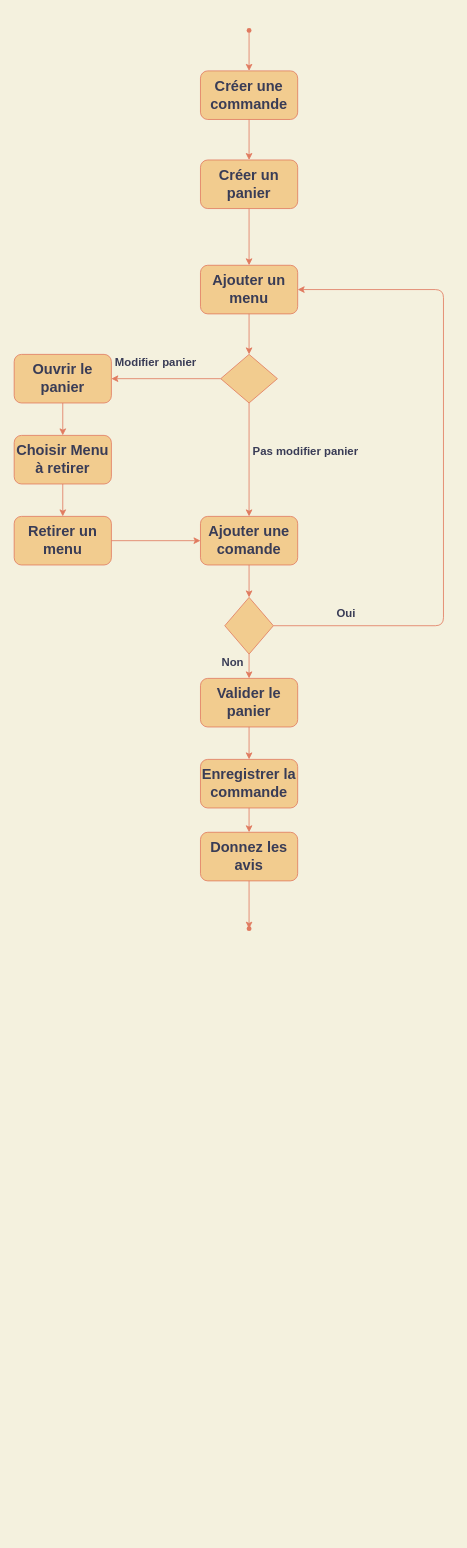
Above: diagramme_activite_commande.drawio in TheAIWizard/Ensaeats (draw.io), before the change. Source tidied: cells renumbered, new cells numbered last; positions are measured from the earlier drawing's top-left corner, leaving out a move shared by most shapes. Both pictures are drawn from the tidied source at 81%, with x=0, y=0 at pixel (14, 14).
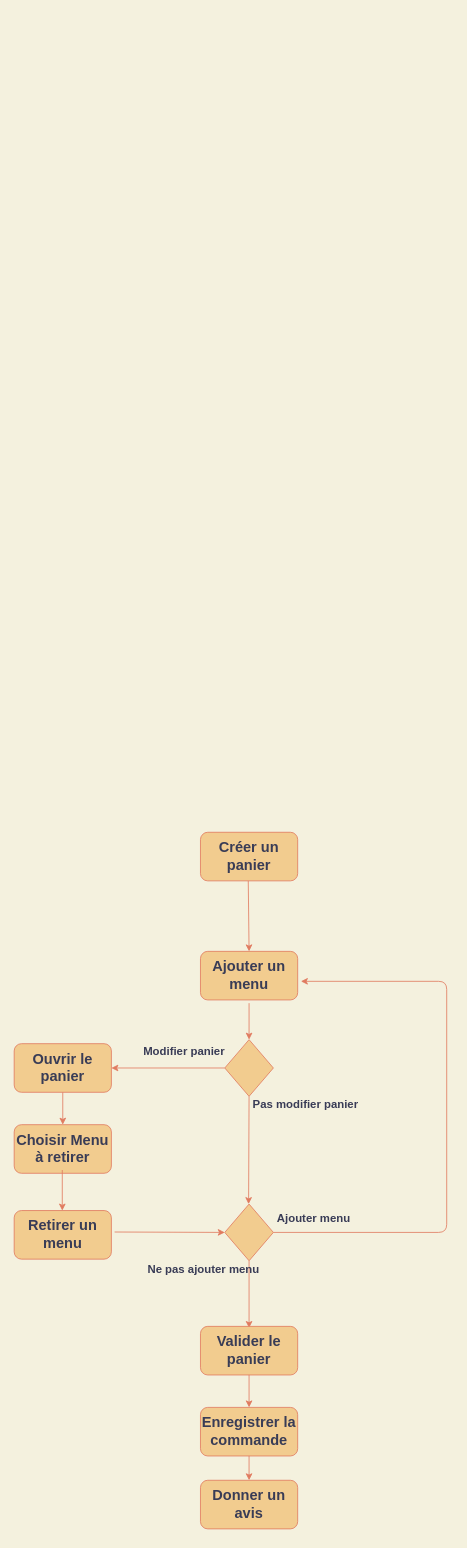
After the change.

Commit message (it also covers changes not shown here):
Modification diagramme architechture

Diff of the diagram source:
```diff
@@
-    <mxCell id="2" style="shape=waypoint;sketch=0;fillStyle=solid;size=6;points=[];fillColor=none;perimeter=centerPerimeter;snapToPoint=1;rounded=0;fontColor=#393C56;strokeColor=#E07A5F;" parent="1" vertex="1">
-      <mxGeometry x="270" width="40" height="40" as="geometry" />
-    </mxCell>
-    <mxCell id="3" value="&lt;h2&gt;Ajouter une comande&lt;/h2&gt;" style="rounded=1;whiteSpace=wrap;html=1;sketch=0;fontColor=#393C56;strokeColor=#E07A5F;fillColor=#F2CC8F;" parent="1" vertex="1">
-      <mxGeometry x="230" y="620" width="120" height="60" as="geometry" />
-    </mxCell>
-    <mxCell id="4" value="&lt;h2&gt;Choisir Menu à retirer&lt;/h2&gt;" style="rounded=1;whiteSpace=wrap;html=1;sketch=0;fontColor=#393C56;strokeColor=#E07A5F;fillColor=#F2CC8F;" parent="1" vertex="1">
-      <mxGeometry y="520" width="120" height="60" as="geometry" />
-    </mxCell>
-    <mxCell id="5" value="&lt;h2&gt;Enregistrer la commande&lt;/h2&gt;" style="rounded=1;whiteSpace=wrap;html=1;sketch=0;fontColor=#393C56;strokeColor=#E07A5F;fillColor=#F2CC8F;" parent="1" vertex="1">
-      <mxGeometry x="230" y="920" width="120" height="60" as="geometry" />
-    </mxCell>
-    <mxCell id="6" value="&lt;h2&gt;Retirer un menu&lt;/h2&gt;" style="rounded=1;whiteSpace=wrap;html=1;sketch=0;fontColor=#393C56;strokeColor=#E07A5F;fillColor=#F2CC8F;" parent="1" vertex="1">
-      <mxGeometry y="620" width="120" height="60" as="geometry" />
-    </mxCell>
-    <mxCell id="7" value="&lt;h2&gt;Valider le panier&lt;/h2&gt;" style="rounded=1;whiteSpace=wrap;html=1;sketch=0;fontColor=#393C56;strokeColor=#E07A5F;fillColor=#F2CC8F;" parent="1" vertex="1">
-      <mxGeometry x="230" y="820" width="120" height="60" as="geometry" />
-    </mxCell>
     <mxCell id="8" value="&lt;h2&gt;Ajouter un menu&lt;/h2&gt;" style="rounded=1;whiteSpace=wrap;html=1;sketch=0;fontColor=#393C56;strokeColor=#E07A5F;fillColor=#F2CC8F;" parent="1" vertex="1">
-      <mxGeometry x="230" y="310" width="120" height="60" as="geometry" />
+      <mxGeometry x="230" y="1157" width="120" height="60" as="geometry" />
     </mxCell>
     <mxCell id="9" value="&lt;h2&gt;Ouvrir le panier&lt;/h2&gt;" style="rounded=1;whiteSpace=wrap;html=1;sketch=0;fontColor=#393C56;strokeColor=#E07A5F;fillColor=#F2CC8F;" parent="1" vertex="1">
-      <mxGeometry y="420" width="120" height="60" as="geometry" />
+      <mxGeometry y="1271" width="120" height="60" as="geometry" />
     </mxCell>
+    <mxCell id="35" style="endArrow=classic;html=1;fontColor=#393C56;strokeColor=#E07A5F;fillColor=#F2CC8F;exitX=0;exitY=0.5;exitDx=0;exitDy=0;entryX=1;entryY=0.5;entryDx=0;entryDy=0;labelBackgroundColor=#F4F1DE;exitPerimeter=0;" parent="1" edge="1" source="43" target="9">
+      <mxGeometry relative="1" as="geometry" />
+    </mxCell>
+    <mxCell id="17" value="&lt;h3&gt;Modifier panier&lt;/h3&gt;" style="text;html=1;align=center;verticalAlign=middle;whiteSpace=wrap;rounded=0;sketch=0;fontColor=#393C56;" parent="1" vertex="1">
+      <mxGeometry x="155" y="1271" width="110" height="20" as="geometry" />
+    </mxCell>
+    <mxCell id="36" style="endArrow=classic;html=1;fontColor=#393C56;strokeColor=#E07A5F;fillColor=#F2CC8F;exitX=0.5;exitY=1;exitDx=0;exitDy=0;entryX=0.5;entryY=0;entryDx=0;entryDy=0;labelBackgroundColor=#F4F1DE;" parent="1" edge="1" target="43">
+      <mxGeometry relative="1" as="geometry">
+        <mxPoint x="290" y="1221" as="sourcePoint" />
+      </mxGeometry>
+    </mxCell>
+    <mxCell id="4" value="&lt;h2&gt;Choisir Menu à retirer&lt;/h2&gt;" style="rounded=1;whiteSpace=wrap;html=1;sketch=0;fontColor=#393C56;strokeColor=#E07A5F;fillColor=#F2CC8F;" parent="1" vertex="1">
+      <mxGeometry y="1371" width="120" height="60" as="geometry" />
+    </mxCell>
+    <mxCell id="6" value="&lt;h2&gt;Retirer un menu&lt;/h2&gt;" style="rounded=1;whiteSpace=wrap;html=1;sketch=0;fontColor=#393C56;strokeColor=#E07A5F;fillColor=#F2CC8F;" parent="1" vertex="1">
+      <mxGeometry y="1477" width="120" height="60" as="geometry" />
+    </mxCell>
+    <mxCell id="37" style="endArrow=classic;html=1;fontColor=#393C56;strokeColor=#E07A5F;fillColor=#F2CC8F;exitX=0.5;exitY=1;exitDx=0;exitDy=0;entryX=0.5;entryY=0;entryDx=0;entryDy=0;labelBackgroundColor=#F4F1DE;" parent="1" edge="1" target="4">
+      <mxGeometry relative="1" as="geometry">
+        <mxPoint x="60" y="1331" as="sourcePoint" />
+      </mxGeometry>
+    </mxCell>
+    <mxCell id="38" style="endArrow=classic;html=1;fontColor=#393C56;strokeColor=#E07A5F;fillColor=#F2CC8F;exitX=0.5;exitY=1;exitDx=0;exitDy=0;entryX=0.5;entryY=0;entryDx=0;entryDy=0;labelBackgroundColor=#F4F1DE;" parent="1" edge="1">
+      <mxGeometry relative="1" as="geometry">
+        <mxPoint x="59.4" y="1427" as="sourcePoint" />
+        <mxPoint x="59.4" y="1477" as="targetPoint" />
+      </mxGeometry>
+    </mxCell>
+    <mxCell id="39" style="rhombus;whiteSpace=wrap;html=1;rounded=0;sketch=0;fontColor=#393C56;strokeColor=#E07A5F;fillColor=#F2CC8F;" parent="1" vertex="1">
+      <mxGeometry x="260" y="1469" width="60" height="70" as="geometry" />
+    </mxCell>
+    <mxCell id="40" style="edgeStyle=elbowEdgeStyle;elbow=horizontal;endArrow=classic;html=1;fontColor=#393C56;strokeColor=#E07A5F;fillColor=#F2CC8F;exitX=1;exitY=0.5;exitDx=0;exitDy=0;entryX=1;entryY=0.5;entryDx=0;entryDy=0;labelBackgroundColor=#F4F1DE;" parent="1" edge="1" source="39">
+      <mxGeometry relative="1" as="geometry">
+        <mxPoint x="354" y="1194" as="targetPoint" />
+        <Array as="points">
+          <mxPoint x="534" y="1574" />
+        </Array>
+      </mxGeometry>
+    </mxCell>
+    <mxCell id="41" style="endArrow=classic;html=1;fontColor=#393C56;strokeColor=#E07A5F;fillColor=#F2CC8F;exitX=1;exitY=0.5;exitDx=0;exitDy=0;entryX=0;entryY=0.5;entryDx=0;entryDy=0;labelBackgroundColor=#F4F1DE;" parent="1" edge="1" target="39">
+      <mxGeometry relative="1" as="geometry">
+        <mxPoint x="124" y="1503.5" as="sourcePoint" />
+      </mxGeometry>
+    </mxCell>
+    <mxCell id="42" style="endArrow=classic;html=1;fontColor=#393C56;strokeColor=#E07A5F;fillColor=#F2CC8F;exitX=0.5;exitY=1;exitDx=0;exitDy=0;labelBackgroundColor=#F4F1DE;" parent="1" edge="1" source="39">
+      <mxGeometry relative="1" as="geometry">
+        <mxPoint x="290" y="1622" as="targetPoint" />
+      </mxGeometry>
+    </mxCell>
+    <mxCell id="43" style="rhombus;whiteSpace=wrap;html=1;rounded=0;sketch=0;fontColor=#393C56;strokeColor=#E07A5F;fillColor=#F2CC8F;" parent="1" vertex="1">
+      <mxGeometry x="260" y="1266" width="60" height="70" as="geometry" />
+    </mxCell>
+    <mxCell id="44" style="endArrow=classic;html=1;fontColor=#393C56;strokeColor=#E07A5F;fillColor=#F2CC8F;exitX=0.5;exitY=1;exitDx=0;exitDy=0;labelBackgroundColor=#F4F1DE;" parent="1" edge="1" source="43">
+      <mxGeometry relative="1" as="geometry">
+        <mxPoint x="289.4" y="1469" as="targetPoint" />
+      </mxGeometry>
+    </mxCell>
+    <mxCell id="45" value="&lt;h3&gt;Ajouter menu&lt;/h3&gt;" style="text;html=1;align=center;verticalAlign=middle;whiteSpace=wrap;rounded=0;sketch=0;fontColor=#393C56;" parent="1" vertex="1">
+      <mxGeometry x="300" y="1477" width="140" height="20" as="geometry" />
+    </mxCell>
+    <mxCell id="46" value="&lt;h3&gt;Ne pas ajouter menu&lt;/h3&gt;" style="text;html=1;align=center;verticalAlign=middle;whiteSpace=wrap;rounded=0;sketch=0;fontColor=#393C56;" parent="1" vertex="1">
+      <mxGeometry x="164" y="1539" width="140" height="20" as="geometry" />
+    </mxCell>
+    <mxCell id="18" value="&lt;h3&gt;Pas modifier panier&lt;/h3&gt;" style="text;html=1;align=center;verticalAlign=middle;whiteSpace=wrap;rounded=0;sketch=0;fontColor=#393C56;" parent="1" vertex="1">
+      <mxGeometry x="290" y="1336" width="140" height="20" as="geometry" />
+    </mxCell>
+    <mxCell id="5" value="&lt;h2&gt;Enregistrer la commande&lt;/h2&gt;" style="rounded=1;whiteSpace=wrap;html=1;sketch=0;fontColor=#393C56;strokeColor=#E07A5F;fillColor=#F2CC8F;" parent="1" vertex="1">
+      <mxGeometry x="230" y="1720" width="120" height="60" as="geometry" />
+    </mxCell>
+    <mxCell id="7" value="&lt;h2&gt;Valider le panier&lt;/h2&gt;" style="rounded=1;whiteSpace=wrap;html=1;sketch=0;fontColor=#393C56;strokeColor=#E07A5F;fillColor=#F2CC8F;" parent="1" vertex="1">
+      <mxGeometry x="230" y="1620" width="120" height="60" as="geometry" />
+    </mxCell>
+    <mxCell id="47" value="&lt;h2&gt;Donner un avis&lt;/h2&gt;" style="rounded=1;whiteSpace=wrap;html=1;sketch=0;fontColor=#393C56;strokeColor=#E07A5F;fillColor=#F2CC8F;" parent="1" vertex="1">
+      <mxGeometry x="230" y="1810" width="120" height="60" as="geometry" />
+    </mxCell>
+    <mxCell id="29" style="endArrow=classic;html=1;fontColor=#393C56;strokeColor=#E07A5F;fillColor=#F2CC8F;exitX=0.5;exitY=1;exitDx=0;exitDy=0;entryX=0.5;entryY=0;entryDx=0;entryDy=0;labelBackgroundColor=#F4F1DE;" parent="1" edge="1" source="7" target="5">
+      <mxGeometry relative="1" as="geometry" />
+    </mxCell>
+    <mxCell id="48" style="endArrow=classic;html=1;fontColor=#393C56;strokeColor=#E07A5F;fillColor=#F2CC8F;exitX=0.5;exitY=1;exitDx=0;exitDy=0;entryX=0.5;entryY=0;entryDx=0;entryDy=0;labelBackgroundColor=#F4F1DE;" parent="1" edge="1" source="5" target="47">
+      <mxGeometry relative="1" as="geometry" />
+    </mxCell>
     <mxCell id="10" value="&lt;h2&gt;Créer un panier&lt;/h2&gt;" style="rounded=1;whiteSpace=wrap;html=1;sketch=0;fontColor=#393C56;strokeColor=#E07A5F;fillColor=#F2CC8F;" parent="1" vertex="1">
-      <mxGeometry x="230" y="180" width="120" height="60" as="geometry" />
+      <mxGeometry x="230" y="1010" width="120" height="60" as="geometry" />
     </mxCell>
-    <mxCell id="11" value="&lt;h2&gt;Créer une commande&lt;/h2&gt;" style="rounded=1;whiteSpace=wrap;html=1;sketch=0;fontColor=#393C56;strokeColor=#E07A5F;fillColor=#F2CC8F;" parent="1" vertex="1">
-      <mxGeometry x="230" y="70" width="120" height="60" as="geometry" />
-    </mxCell>
-    <mxCell id="12" style="endArrow=classic;html=1;fontColor=#393C56;strokeColor=#E07A5F;fillColor=#F2CC8F;exitX=0.45;exitY=0.675;exitDx=0;exitDy=0;exitPerimeter=0;entryX=0.5;entryY=0;entryDx=0;entryDy=0;labelBackgroundColor=#F4F1DE;" parent="1" edge="1" source="2" target="11">
-      <mxGeometry relative="1" as="geometry" />
-    </mxCell>
-    <mxCell id="13" style="endArrow=classic;html=1;fontColor=#393C56;strokeColor=#E07A5F;fillColor=#F2CC8F;exitX=0.5;exitY=1;exitDx=0;exitDy=0;entryX=0.5;entryY=0;entryDx=0;entryDy=0;entryPerimeter=0;labelBackgroundColor=#F4F1DE;" parent="1" edge="1" source="11" target="10">
-      <mxGeometry relative="1" as="geometry" />
-    </mxCell>
-    <mxCell id="14" style="rhombus;whiteSpace=wrap;html=1;rounded=0;sketch=0;fontColor=#393C56;strokeColor=#E07A5F;fillColor=#F2CC8F;" parent="1" vertex="1">
-      <mxGeometry x="255" y="420" width="70" height="60" as="geometry" />
-    </mxCell>
-    <mxCell id="15" style="endArrow=classic;html=1;fontColor=#393C56;strokeColor=#E07A5F;fillColor=#F2CC8F;exitX=0.5;exitY=1;exitDx=0;exitDy=0;labelBackgroundColor=#F4F1DE;" parent="1" edge="1" source="10">
-      <mxGeometry relative="1" as="geometry">
-        <mxPoint x="290" y="310" as="targetPoint" />
-      </mxGeometry>
-    </mxCell>
-    <mxCell id="16" style="endArrow=classic;html=1;fontColor=#393C56;strokeColor=#E07A5F;fillColor=#F2CC8F;exitX=0;exitY=0.5;exitDx=0;exitDy=0;entryX=1;entryY=0.5;entryDx=0;entryDy=0;labelBackgroundColor=#F4F1DE;" parent="1" edge="1" source="14" target="9">
-      <mxGeometry relative="1" as="geometry" />
-    </mxCell>
-    <mxCell id="17" value="&lt;h3&gt;Modifier panier&lt;/h3&gt;" style="text;html=1;align=center;verticalAlign=middle;whiteSpace=wrap;rounded=0;sketch=0;fontColor=#393C56;" parent="1" vertex="1">
-      <mxGeometry x="120" y="420" width="110" height="20" as="geometry" />
-    </mxCell>
-    <mxCell id="18" value="&lt;h3&gt;Pas modifier panier&lt;/h3&gt;" style="text;html=1;align=center;verticalAlign=middle;whiteSpace=wrap;rounded=0;sketch=0;fontColor=#393C56;" parent="1" vertex="1">
-      <mxGeometry x="290" y="530" width="140" height="20" as="geometry" />
-    </mxCell>
-    <mxCell id="19" style="endArrow=classic;html=1;fontColor=#393C56;strokeColor=#E07A5F;fillColor=#F2CC8F;exitX=0.5;exitY=1;exitDx=0;exitDy=0;entryX=0.5;entryY=0;entryDx=0;entryDy=0;labelBackgroundColor=#F4F1DE;" parent="1" edge="1" source="9" target="4">
-      <mxGeometry relative="1" as="geometry" />
-    </mxCell>
-    <mxCell id="20" style="endArrow=classic;html=1;fontColor=#393C56;strokeColor=#E07A5F;fillColor=#F2CC8F;exitX=0.5;exitY=1;exitDx=0;exitDy=0;entryX=0.5;entryY=0;entryDx=0;entryDy=0;labelBackgroundColor=#F4F1DE;" parent="1" edge="1" source="4" target="6">
-      <mxGeometry relative="1" as="geometry" />
-    </mxCell>
-    <mxCell id="21" style="endArrow=classic;html=1;fontColor=#393C56;strokeColor=#E07A5F;fillColor=#F2CC8F;exitX=0.5;exitY=1;exitDx=0;exitDy=0;entryX=0.5;entryY=0;entryDx=0;entryDy=0;labelBackgroundColor=#F4F1DE;" parent="1" edge="1" source="8" target="14">
-      <mxGeometry relative="1" as="geometry" />
-    </mxCell>
-    <mxCell id="22" style="endArrow=classic;html=1;fontColor=#393C56;strokeColor=#E07A5F;fillColor=#F2CC8F;exitX=0.5;exitY=1;exitDx=0;exitDy=0;entryX=0.5;entryY=0;entryDx=0;entryDy=0;labelBackgroundColor=#F4F1DE;" parent="1" edge="1" source="14" target="3">
-      <mxGeometry relative="1" as="geometry" />
-    </mxCell>
-    <mxCell id="23" style="rhombus;whiteSpace=wrap;html=1;rounded=0;sketch=0;fontColor=#393C56;strokeColor=#E07A5F;fillColor=#F2CC8F;" parent="1" vertex="1">
-      <mxGeometry x="260" y="720" width="60" height="70" as="geometry" />
-    </mxCell>
-    <mxCell id="24" value="&lt;h2&gt;Donnez les avis&lt;/h2&gt;" style="rounded=1;whiteSpace=wrap;html=1;sketch=0;fontColor=#393C56;strokeColor=#E07A5F;fillColor=#F2CC8F;" parent="1" vertex="1">
-      <mxGeometry x="230" y="1010" width="120" height="60" as="geometry" />
-    </mxCell>
-    <mxCell id="25" style="shape=waypoint;sketch=0;fillStyle=solid;size=6;points=[];fillColor=none;perimeter=centerPerimeter;snapToPoint=1;rounded=0;fontColor=#393C56;strokeColor=#E07A5F;" parent="1" vertex="1">
-      <mxGeometry x="270" y="1109" width="40" height="40" as="geometry" />
-    </mxCell>
-    <mxCell id="26" style="endArrow=classic;html=1;fontColor=#393C56;strokeColor=#E07A5F;fillColor=#F2CC8F;exitX=1;exitY=0.5;exitDx=0;exitDy=0;entryX=0;entryY=0.5;entryDx=0;entryDy=0;labelBackgroundColor=#F4F1DE;" parent="1" edge="1" source="6" target="3">
-      <mxGeometry relative="1" as="geometry" />
-    </mxCell>
-    <mxCell id="27" style="endArrow=classic;html=1;fontColor=#393C56;strokeColor=#E07A5F;fillColor=#F2CC8F;exitX=0.5;exitY=1;exitDx=0;exitDy=0;labelBackgroundColor=#F4F1DE;" parent="1" edge="1" source="3">
-      <mxGeometry relative="1" as="geometry">
-        <mxPoint x="290" y="720" as="targetPoint" />
-      </mxGeometry>
-    </mxCell>
-    <mxCell id="28" style="endArrow=classic;html=1;fontColor=#393C56;strokeColor=#E07A5F;fillColor=#F2CC8F;exitX=0.5;exitY=1;exitDx=0;exitDy=0;entryX=0.5;entryY=0;entryDx=0;entryDy=0;labelBackgroundColor=#F4F1DE;" parent="1" edge="1" source="23" target="7">
-      <mxGeometry relative="1" as="geometry" />
-    </mxCell>
-    <mxCell id="29" style="endArrow=classic;html=1;fontColor=#393C56;strokeColor=#E07A5F;fillColor=#F2CC8F;exitX=0.5;exitY=1;exitDx=0;exitDy=0;entryX=0.5;entryY=0;entryDx=0;entryDy=0;labelBackgroundColor=#F4F1DE;" parent="1" edge="1" source="7" target="5">
-      <mxGeometry relative="1" as="geometry" />
-    </mxCell>
-    <mxCell id="30" style="endArrow=classic;html=1;fontColor=#393C56;strokeColor=#E07A5F;fillColor=#F2CC8F;exitX=0.5;exitY=1;exitDx=0;exitDy=0;labelBackgroundColor=#F4F1DE;" parent="1" edge="1" source="24" target="25">
-      <mxGeometry relative="1" as="geometry" />
-    </mxCell>
-    <mxCell id="31" style="endArrow=classic;html=1;fontColor=#393C56;strokeColor=#E07A5F;fillColor=#F2CC8F;exitX=0.5;exitY=1;exitDx=0;exitDy=0;entryX=0.5;entryY=0;entryDx=0;entryDy=0;labelBackgroundColor=#F4F1DE;" parent="1" edge="1" source="5" target="24">
-      <mxGeometry relative="1" as="geometry" />
-    </mxCell>
-    <mxCell id="32" value="&lt;h3&gt;Oui&lt;/h3&gt;" style="text;html=1;align=center;verticalAlign=middle;whiteSpace=wrap;rounded=0;sketch=0;fontColor=#393C56;" parent="1" vertex="1">
-      <mxGeometry x="340" y="730" width="140" height="20" as="geometry" />
-    </mxCell>
-    <mxCell id="33" value="&lt;h3&gt;Non&lt;/h3&gt;" style="text;html=1;align=center;verticalAlign=middle;whiteSpace=wrap;rounded=0;sketch=0;fontColor=#393C56;" parent="1" vertex="1">
-      <mxGeometry x="200" y="790" width="140" height="20" as="geometry" />
-    </mxCell>
-    <mxCell id="34" style="edgeStyle=elbowEdgeStyle;elbow=horizontal;endArrow=classic;html=1;fontColor=#393C56;strokeColor=#E07A5F;fillColor=#F2CC8F;exitX=1;exitY=0.5;exitDx=0;exitDy=0;entryX=1;entryY=0.5;entryDx=0;entryDy=0;labelBackgroundColor=#F4F1DE;" parent="1" edge="1" source="23" target="8">
-      <mxGeometry relative="1" as="geometry">
-        <Array as="points">
-          <mxPoint x="530" y="720" />
-        </Array>
-      </mxGeometry>
-    </mxCell>
+    <mxCell id="49" style="endArrow=classic;html=1;fontColor=#393C56;strokeColor=#E07A5F;fillColor=#F2CC8F;entryX=0.5;entryY=0;entryDx=0;entryDy=0;labelBackgroundColor=#F4F1DE;" parent="1" edge="1" target="8">
+      <mxGeometry relative="1" as="geometry">
+        <mxPoint x="289" y="1070" as="sourcePoint" />
+      </mxGeometry>
+    </mxCell>
```
